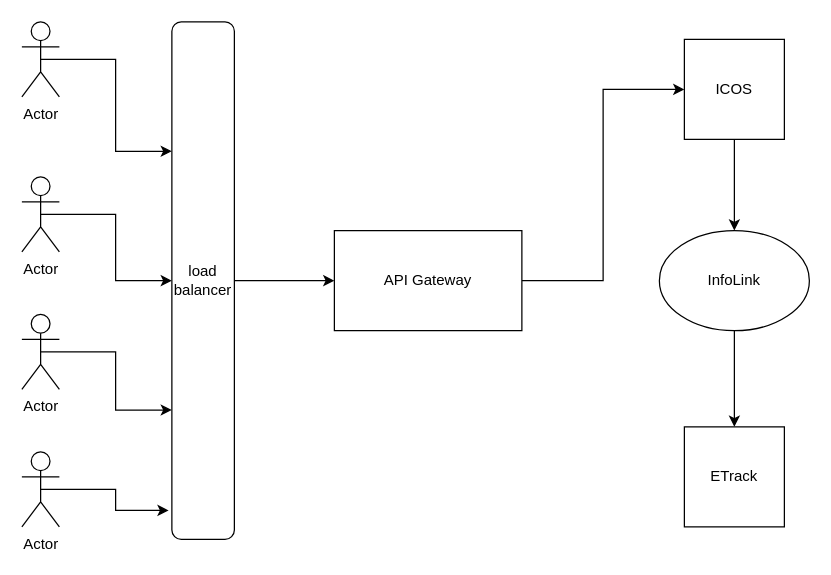
Earlier version of the draw.io diagram system.drawio (jassirwani/posta-mind-mapping). Source tidied: cells renumbered, new cells numbered last; positions are measured from the earlier drawing's top-left corner, leaving out a move shared by most shapes. Both pictures are drawn from the tidied source at 125%, with x=0, y=0 at pixel (21, 21).
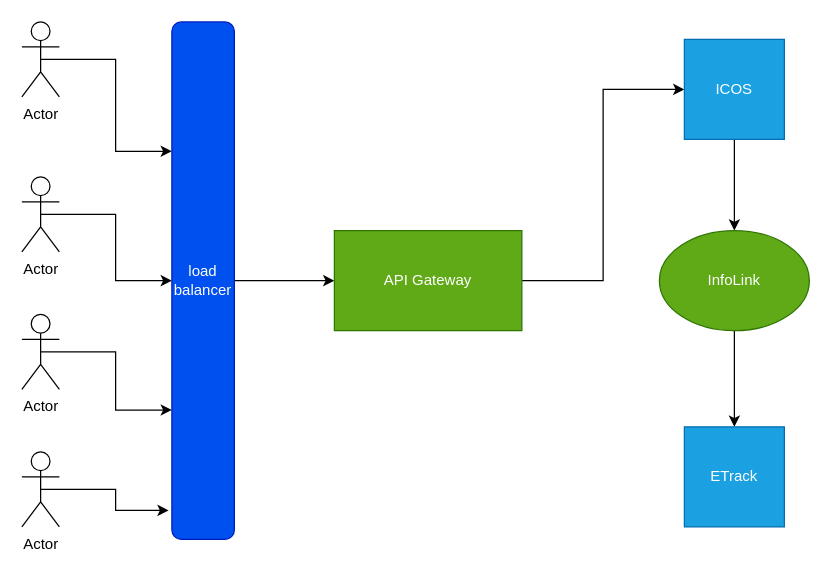
Above is the later version.

Diff of the diagram source:
```diff
@@
 <mxGraphModel>
   <root>
     <mxCell id="0" />
     <mxCell id="1" parent="0" />
     <mxCell id="2" style="edgeStyle=orthogonalEdgeStyle;rounded=0;jettySize=auto;html=1;exitX=0.5;exitY=0.5;exitDx=0;exitDy=0;exitPerimeter=0;entryX=0.25;entryY=1;entryDx=0;entryDy=0;" parent="1" edge="1" source="3" target="11">
       <mxGeometry relative="1" as="geometry" />
     </mxCell>
     <mxCell id="3" value="Actor" style="shape=umlActor;verticalLabelPosition=bottom;verticalAlign=top;html=1;outlineConnect=0;" parent="1" vertex="1">
       <mxGeometry width="30" height="60" as="geometry" />
     </mxCell>
     <mxCell id="4" style="edgeStyle=orthogonalEdgeStyle;rounded=0;jettySize=auto;html=1;exitX=0.5;exitY=0.5;exitDx=0;exitDy=0;exitPerimeter=0;entryX=0.5;entryY=1;entryDx=0;entryDy=0;" parent="1" edge="1" source="5" target="11">
       <mxGeometry relative="1" as="geometry" />
     </mxCell>
     <mxCell id="5" value="Actor" style="shape=umlActor;verticalLabelPosition=bottom;verticalAlign=top;html=1;outlineConnect=0;" parent="1" vertex="1">
       <mxGeometry y="124" width="30" height="60" as="geometry" />
     </mxCell>
     <mxCell id="6" style="edgeStyle=orthogonalEdgeStyle;rounded=0;jettySize=auto;html=1;exitX=0.5;exitY=0.5;exitDx=0;exitDy=0;exitPerimeter=0;entryX=0.75;entryY=1;entryDx=0;entryDy=0;" parent="1" edge="1" source="7" target="11">
       <mxGeometry relative="1" as="geometry" />
     </mxCell>
     <mxCell id="7" value="Actor" style="shape=umlActor;verticalLabelPosition=bottom;verticalAlign=top;html=1;outlineConnect=0;" parent="1" vertex="1">
       <mxGeometry y="234" width="30" height="60" as="geometry" />
     </mxCell>
     <mxCell id="8" style="edgeStyle=orthogonalEdgeStyle;rounded=0;jettySize=auto;html=1;exitX=0.5;exitY=0.5;exitDx=0;exitDy=0;exitPerimeter=0;entryX=0.944;entryY=1.052;entryDx=0;entryDy=0;entryPerimeter=0;" parent="1" edge="1" source="9" target="11">
       <mxGeometry relative="1" as="geometry" />
     </mxCell>
     <mxCell id="9" value="Actor" style="shape=umlActor;verticalLabelPosition=bottom;verticalAlign=top;html=1;outlineConnect=0;" parent="1" vertex="1">
       <mxGeometry y="344" width="30" height="60" as="geometry" />
     </mxCell>
     <mxCell id="10" style="edgeStyle=orthogonalEdgeStyle;rounded=0;jettySize=auto;html=1;exitX=0.5;exitY=0;exitDx=0;exitDy=0;" parent="1" edge="1" source="11" target="14">
       <mxGeometry relative="1" as="geometry" />
     </mxCell>
-    <mxCell id="11" value="load&lt;br&gt;balancer" style="rounded=1;whiteSpace=wrap;html=1;direction=south;" parent="1" vertex="1">
+    <mxCell id="11" value="load&lt;br&gt;balancer" style="rounded=1;whiteSpace=wrap;html=1;direction=south;fillColor=#0050ef;fontColor=#ffffff;strokeColor=#001DBC;" parent="1" vertex="1">
       <mxGeometry x="120" width="50" height="414" as="geometry" />
     </mxCell>
     <mxCell id="12" style="edgeStyle=orthogonalEdgeStyle;rounded=0;jettySize=auto;html=1;exitX=1;exitY=0.5;exitDx=0;exitDy=0;entryX=0;entryY=0.5;entryDx=0;entryDy=0;" parent="1" edge="1" source="14" target="16">
       <mxGeometry relative="1" as="geometry" />
     </mxCell>
     <mxCell id="13" style="edgeStyle=orthogonalEdgeStyle;rounded=0;jettySize=auto;html=1;exitX=0.5;exitY=1;exitDx=0;exitDy=0;entryX=0.5;entryY=0;entryDx=0;entryDy=0;" parent="1" edge="1" source="18" target="17">
       <mxGeometry relative="1" as="geometry" />
     </mxCell>
-    <mxCell id="14" value="API Gateway" style="rounded=0;whiteSpace=wrap;html=1;" parent="1" vertex="1">
+    <mxCell id="14" value="API Gateway" style="rounded=0;whiteSpace=wrap;html=1;fillColor=#60a917;fontColor=#ffffff;strokeColor=#2D7600;" parent="1" vertex="1">
       <mxGeometry x="250" y="167" width="150" height="80" as="geometry" />
     </mxCell>
     <mxCell id="15" style="edgeStyle=orthogonalEdgeStyle;rounded=0;jettySize=auto;html=1;exitX=0.5;exitY=1;exitDx=0;exitDy=0;" parent="1" edge="1" source="16" target="18">
       <mxGeometry relative="1" as="geometry" />
     </mxCell>
-    <mxCell id="16" value="ICOS" style="whiteSpace=wrap;html=1;" parent="1" vertex="1">
+    <mxCell id="16" value="ICOS" style="whiteSpace=wrap;html=1;fillColor=#1ba1e2;fontColor=#ffffff;strokeColor=#006EAF;" parent="1" vertex="1">
       <mxGeometry x="530" y="14" width="80" height="80" as="geometry" />
     </mxCell>
-    <mxCell id="17" value="ETrack" style="whiteSpace=wrap;html=1;" parent="1" vertex="1">
+    <mxCell id="17" value="ETrack" style="whiteSpace=wrap;html=1;fillColor=#1ba1e2;fontColor=#ffffff;strokeColor=#006EAF;" parent="1" vertex="1">
       <mxGeometry x="530" y="324" width="80" height="80" as="geometry" />
     </mxCell>
-    <mxCell id="18" value="InfoLink" style="ellipse;whiteSpace=wrap;html=1;" parent="1" vertex="1">
+    <mxCell id="18" value="InfoLink" style="ellipse;whiteSpace=wrap;html=1;fillColor=#60a917;fontColor=#ffffff;strokeColor=#2D7600;" parent="1" vertex="1">
       <mxGeometry x="510" y="167" width="120" height="80" as="geometry" />
     </mxCell>
   </root>
 </mxGraphModel>
```
